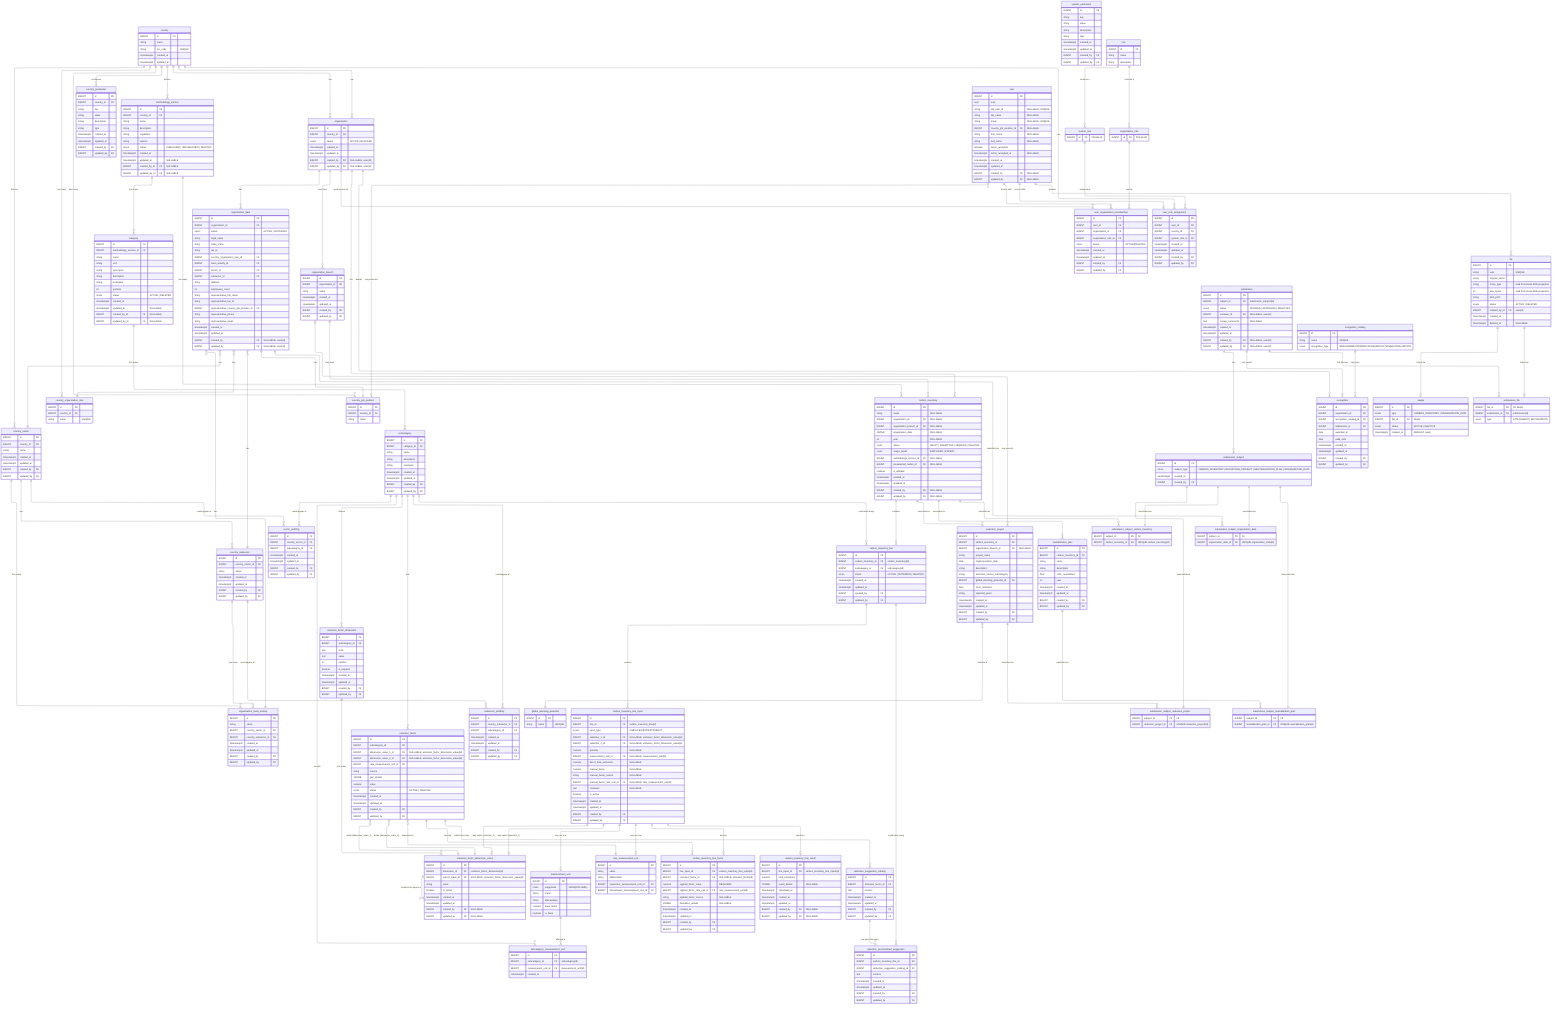
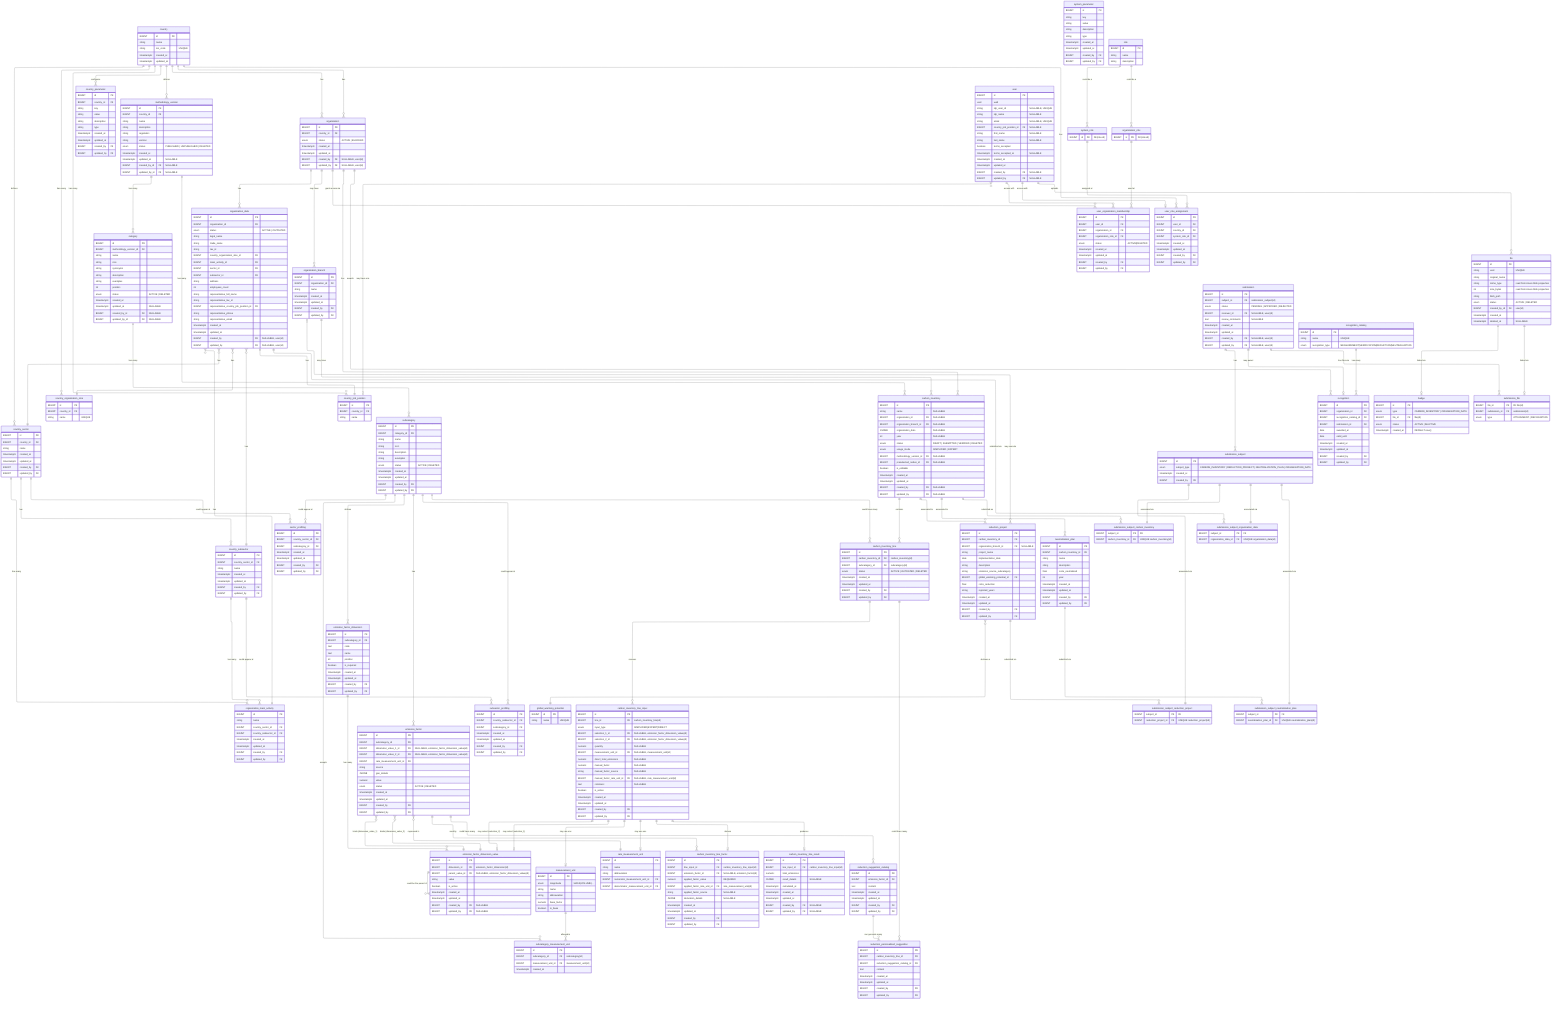
---
config:
  layout: elk
---
erDiagram
	direction TB

	%% ============================================================
	%% Design Principles
	%% ============================================================

	%% 🔷 Core Modeling Principles
	%% 	1.	Each table has a single, well-defined responsibility
	%% Tables are designed to represent one concept only (e.g. configuration, input, result, workflow), avoiding mixed concerns.

	%% 	2.	Relationships reflect real business rules, not just foreign keys
	%% Cardinalities and optionality are chosen to express domain constraints, not merely technical implementation details.

	%% 	3.	Nullability is intentional and meaningful
	%% Nullable fields indicate valid domain states (e.g. optional associations, draft data), not incomplete design.

	%% ⸻

	%% 🔷 Configuration & Reference Data
	%% 	4.	Reference data is normalized and centralized
	%% Shared concepts (statuses, units, potentials) are defined once and reused across the system.

	%% 	5.	Volatile enums are modeled as tables, not database ENUMs
	%% Any value expected to evolve (statuses, workflows) is stored in catalog tables to avoid schema migrations.

	%% 	6.	Stable physical concepts may use ENUMs
	%% Concepts that are scientifically stable (e.g. unit magnitude, usage mode) may use database ENUMs for safety and clarity.

	%% ⸻

	%% 🔷 Methodology & Emission Factors

	%% 	7.	Methodology is versioned and country-scoped
	%% All categories, subcategories, and factors belong to a specific methodology version tied to a country.

	%% 	8.	Emission factors are defined by standardized dimensions, not free text
	%% User selections and factor matching are driven by normalized dimension values to ensure consistency and correctness.

	%% 	9.	Dimension cardinality reflects domain reality, not generic flexibility
	%% Emission factors support up to two dimensions by design, matching current methodology requirements and admin workflows.

	%% 	10.	Administrative workflows are hierarchical and sequential
	%% New entities are created top-down (category → subcategory → dimension → value → factor), enforcing consistency at each level.

	%% ⸻

	%% 🔷 Inventory & Calculation

	%% 	11.	Input, factor selection, and results are modeled as separate concerns
	%% User input, factor derivation, and calculated results are stored in distinct tables for clarity and auditability.

	%% 	12.	Results are always derived from immutable input snapshots
	%% Calculated emissions reference the exact input used, ensuring reproducibility even if inputs change later.

	%% 	13.	Historical data is preserved; updates create new versions
	%% Changes do not overwrite previous data but create new records, maintaining a complete audit trail.

	%% ⸻

	%% 🔷 Workflow & Submissions

	%% 	14.	Workflows are modeled as data, not booleans
	%% Submissions, approvals, and recognitions are represented explicitly rather than inferred from flags.

	%% 	15.	Polymorphism is handled via explicit subject tables
	%% Submissions reference a generic subject entity with concrete subtype tables, avoiding nullable polymorphic foreign keys.

	%% 	16.	Recognitions are awarded based on submissions, not raw entities
	%% This ensures all awards are traceable to a validated review process.

	%% ⸻

	%% 🔷 Audit & Governance

	%% 	17.	Audit fields are applied based on responsibility and mutability
	%% Operational tables are auditable; reference and system-owned tables may omit audit fields by design.

	%% 	18.	System-generated data does not pretend to have an author
	%% Automatically calculated results record timestamps but not created_by or updated_by.

	%% 	19.	Database constraints enforce correctness wherever possible
	%% Uniqueness, consistency, and invariants are enforced at the database level rather than relying solely on application logic.


	%% ⸻

	%% 🔷 Evolution & Maintainability

	%% 	20.	Design favors clarity and correctness over premature generalization
	%% Flexibility is introduced only when driven by real domain requirements, not hypothetical future use cases.

	%% 	21.	Future extensions are possible without breaking existing data
	%% The model anticipates evolution (e.g. new methodologies, new workflows) while keeping current usage simple and explicit.

	%% ⸻

	%% These principles are intentional.
	%% Changes to the model should preserve these invariants unless there is a clear domain-driven reason to evolve them.

	%% ============================================================
	%% 🟦 Country & configuration (7)
	%% ============================================================

	country {
		BIGINT id PK ""
		string name  ""
		string iso_code "UNIQUE"
		timestamptz created_at  ""
		timestamptz updated_at  ""
	}

	country_parameter {
		BIGINT id PK ""
		BIGINT country_id FK ""
		string key  ""
		string value  ""
		string description  ""
		string type  ""
		timestamptz created_at  ""
		timestamptz updated_at  ""
		BIGINT created_by FK ""
		BIGINT updated_by FK ""
	}

	system_parameter {
		BIGINT id PK ""
		string key  ""
		string value  ""
		string description  ""
		string type  ""
		timestamptz created_at  ""
		timestamptz updated_at  ""
		BIGINT created_by FK ""
		BIGINT updated_by FK ""
	}

	country_sector {
		BIGINT id PK ""
		BIGINT country_id FK ""
		string name  ""
		timestamptz created_at  ""
		timestamptz updated_at  ""
		BIGINT created_by FK ""
		BIGINT updated_by FK ""
	}

	country_subsector {
		BIGINT id PK ""
		BIGINT country_sector_id FK ""
		string name  ""
		timestamptz created_at  ""
		timestamptz updated_at  ""
		BIGINT created_by FK ""
		BIGINT updated_by FK ""
	}

	country_organization_size {
		BIGINT id PK ""
		BIGINT country_id FK ""
		string name  "UNIQUE"
	}

	organization_main_activity {
		BIGINT id PK ""
		string name ""
		BIGINT country_sector_id FK ""
		BIGINT country_subsector_id FK ""
		timestamptz created_at ""
		timestamptz updated_at ""
		BIGINT created_by FK ""
		BIGINT updated_by FK ""
	}

	country_job_position {
		BIGINT id PK ""
		BIGINT country_id FK ""
		string name  ""
	}

	%% ============================================================
	%% 🟩 Methodology & factors (10)
	%% ============================================================

	methodology_version {
		BIGINT id PK ""
		BIGINT country_id FK ""
		string name  ""
		string description  ""
		string regulation ""
		string version ""
		enum status "PUBLISHED | UNPUBLISHED | DELETED"
		timestamptz created_at  ""
		timestamptz updated_at  "NULLABLE"
		BIGINT created_by_id FK "NULLABLE"
		BIGINT updated_by_id FK "NULLABLE"
		%% Enforce via trigger at most 1 active per country
	}

	category {
		BIGINT id PK ""
		BIGINT methodology_version_id FK ""
		string name ""
		string icon ""
		%% just for displaying
		string synonyms ""
		%% just for displaying
		string description ""
		%% just for displaying
		string examples ""
		%% Position must be > 0 (enforced by DB CHECK constraint)
		int position ""
		enum status "ACTIVE | DELETED"
		timestamptz created_at  ""
		timestamptz updated_at  "NULLABLE"
		BIGINT created_by_id FK "NULLABLE"
		BIGINT updated_by_id FK "NULLABLE"
		%% UNIQUE(methodology_version_id, name)
		%% UNIQUE(methodology_version_id, position)
	}

	subcategory {
		BIGINT id PK ""
		BIGINT category_id FK ""
		string name  ""
+ 		string icon ""
		%% just for displaying
		string description  ""
		%% just for displaying
		string examples ""
+ 		enum status "ACTIVE | DELETED"
		timestamptz created_at  ""
		timestamptz updated_at  ""
		BIGINT created_by FK ""
		BIGINT updated_by FK ""
	}

	emission_factor_dimension {
		BIGINT id PK ""
		BIGINT subcategory_id FK ""
		%% Like: FUEL_GROUP, FUEL_TYPE, GAS_TYPE
		text code ""
		%% Like: Tipo de combustible, Tipo de gas
		text name ""
		%% Like: 1, 2, 3 (order in UI & logic)
		int position ""
		boolean is_required ""
		timestamptz created_at  ""
		timestamptz updated_at  ""
		BIGINT created_by FK ""
		BIGINT updated_by FK ""
		%% UNIQUE(subcategory_id, position),
		%% UNIQUE(subcategory_id, code)
	}

	emission_factor_dimension_value {
		BIGINT id PK ""
		BIGINT dimension_id FK "emission_factor_dimension(id)"
		BIGINT parent_value_id FK "NULLABLE, emission_factor_dimension_value(id)"
		%% Like: Natural gas, Diesel, Kerosene, etc
		string value ""
		boolean is_active ""
		timestamptz created_at  ""
		timestamptz updated_at  ""
		BIGINT created_by FK "NULLABLE"
		BIGINT updated_by FK "NULLABLE"
		%% UNIQUE(dimension_id, value)
	}

	emission_factor {
		BIGINT id PK ""
		BIGINT subcategory_id FK ""
		%% Emission factors currently support up to two dimensions via fixed columns.
		%% A binding table was considered for unbounded dimensions but intentionally not used to keep queries and constraints simple.
		BIGINT dimension_value_1_id FK "NULLABLE, emission_factor_dimension_value(id)"
		BIGINT dimension_value_2_id FK "NULLABLE, emission_factor_dimension_value(id)"
		BIGINT rate_measurement_unit_id FK ""
		string source  ""
		JSONB gas_details ""
		numeric value  ""
		enum status "ACTIVE | DELETED"
		timestamptz created_at  ""
		timestamptz updated_at  ""
		BIGINT created_by FK ""
		BIGINT updated_by FK ""
		%% Enforce UNIQUE (subcategory_id, dimension_value_1_id, dimension_value_2_id) WHERE status = 'ACTIVE'
	}

	sector_profiling {
		BIGINT id PK ""
		BIGINT country_sector_id FK ""
		BIGINT subcategory_id FK ""
		timestamptz created_at  ""
		timestamptz updated_at  ""
		BIGINT created_by FK ""
		BIGINT updated_by FK ""
		%% UNIQUE(country_sector_id, subcategory_id)
	}

	subsector_profiling {
		BIGINT id PK ""
		BIGINT country_subsector_id FK ""
		BIGINT subcategory_id FK ""
		timestamptz created_at  ""
		timestamptz updated_at  ""
		BIGINT created_by FK ""
		BIGINT updated_by FK ""
		%% UNIQUE(country_subsector_id, subcategory_id)
	}

	measurement_unit {
		BIGINT id PK ""
		enum magnitude  "MASS|VOLUME|..."
		string name  ""
		string abbreviation  ""
		numeric base_factor  ""
		boolean is_base  ""
		%% Enforce UNIQUE (magnitude) WHERE is_base = true
	}

	rate_measurement_unit {
		BIGINT id PK ""
		string name  ""
		string abbreviation  ""
		BIGINT numerator_measurement_unit_id FK ""
		BIGINT denominator_measurement_unit_id FK ""
	}

	subcategory_measurement_unit {
		BIGINT id PK ""
		BIGINT subcategory_id FK "subcategory(id)"
		BIGINT measurement_unit_id FK "measurement_unit(id)"
		timestamptz created_at ""
		%% UNIQUE(subcategory_id, measurement_unit_id)
	}

	global_warming_potential {
		BIGINT id PK ""
		string name "UNIQUE"
		%% AR4, AR5, etc...
	}

	%% ============================================================
	%% 🟨 Organizations & users (8)
	%% ============================================================

	organization {
		BIGINT id PK
		BIGINT country_id FK
		enum status "ACTIVE | BLOCKED"
		timestamptz created_at
		timestamptz updated_at
		BIGINT created_by FK "NULLABLE, user(id)"
		BIGINT updated_by FK "NULLABLE, user(id)"
  	}

	organization_data {
		BIGINT id PK
		BIGINT organization_id FK
		enum status "ACTIVE | OUTDATED"

		%% organization data
		string legal_name
		string trade_name
		string tax_id
		BIGINT country_organization_size_id FK
		BIGINT main_activity_id FK
		BIGINT sector_id FK
		BIGINT subsector_id FK
		string address
		int employees_count

		%% representative data
		string representative_full_name
		string representative_tax_id
		BIGINT representative_country_job_position_id FK
		string representative_phone
		string representative_email

		timestamptz created_at
		timestamptz updated_at
		BIGINT created_by FK "NULLABLE, user(id)"
		BIGINT updated_by FK "NULLABLE, user(id)"
	}

	organization_branch {
		BIGINT id PK ""
		BIGINT organization_id FK ""
		string name  ""
		timestamptz created_at  ""
		timestamptz updated_at  ""
		BIGINT created_by FK ""
		BIGINT updated_by FK ""
	}

	user {
		BIGINT id PK ""
		uuid uuid  ""
		string idp_user_id "NULLABLE, UNIQUE"
		string idp_name "NULLABLE"
		string email  "NULLABLE, UNIQUE"
		BIGINT country_job_position_id FK "NULLABLE"
		string first_name "NULLABLE"
		string last_name "NULLABLE"
		boolean terms_accepted ""
		timestamptz terms_accepted_at "NULLABLE"
		timestamptz created_at  ""
		timestamptz updated_at  ""
		BIGINT created_by FK "NULLABLE"
		BIGINT updated_by FK "NULLABLE"
	}

	%% abstract parent table
	role {
		BIGINT id PK ""
		string name ""
		string description ""
	}

	system_role {
		BIGINT id PK "FK(role.id)"
	}

	organization_role {
		BIGINT id PK "FK(role.id)"
	}


	user_organization_membership {
		BIGINT id PK ""
		BIGINT user_id FK ""
		BIGINT organization_id FK ""
		BIGINT organization_role_id FK ""
		enum status "ACTIVE|DELETED"
		timestamptz created_at  ""
		timestamptz updated_at  ""
		BIGINT created_by FK ""
		BIGINT updated_by FK ""
		%% UNIQUE(user_id, organization_id, organization_role_id)
	}

	user_role_assignment {
		BIGINT id PK ""
		BIGINT user_id FK ""
		BIGINT country_id FK ""
		BIGINT system_role_id FK ""
		timestamptz created_at  ""
		timestamptz updated_at  ""
		BIGINT created_by FK ""
		BIGINT updated_by FK ""
		%% UNIQUE(user_id, country_id, system_role_id)
	}

	%% ============================================================
	%% 🟧 Inventory & calculation (9)
	%% ============================================================

	%% organization & organization_branch will be NULL when user does not belong to any org.
	carbon_inventory {
		BIGINT id PK ""
		string name "NULLABLE"
		BIGINT organization_id FK "NULLABLE"
		BIGINT organization_branch_id FK "NULLABLE"
		JSONB organization_data "NULLABLE"
		int year "NULLABLE"
		enum status "DRAFT | SUBMITTED | VERIFIED | DELETED"
		enum usage_mode "SIMPLIFIED | EXPERT"
		BIGINT methodology_version_id FK "NULLABLE"
		BIGINT preselected_nodes_id FK "NULLABLE"
		boolean is_editable ""
		timestamptz created_at  ""
		timestamptz updated_at  ""
		BIGINT created_by FK "NULLABLE"
		BIGINT updated_by FK "NULLABLE"
	}

	%% A "line" represents what is being measured (subcategory) for a given inventory.
	%% We do not store quantities/factors/selections here. It's the anchor.
	carbon_inventory_line {
		BIGINT id PK ""
		BIGINT carbon_inventory_id FK "carbon_inventory(id)"
		BIGINT subcategory_id FK "subcategory(id)"
		enum status "ACTIVE | OUTDATED | DELETED"
		timestamptz created_at  ""
		timestamptz updated_at  ""
		BIGINT created_by FK ""
		BIGINT updated_by FK ""
	}

	carbon_inventory_line_input {
		BIGINT id PK ""
		BIGINT line_id FK "carbon_inventory_line(id)"
		enum input_type "SIMPLIFIED|EXPERT|DIRECT"

		%% the "dimension selections" (more on dimension standardization in section 4)
		BIGINT selection_1_id FK "NULLABLE, emission_factor_dimension_value(id)"
		BIGINT selection_2_id FK "NULLABLE, emission_factor_dimension_value(id)"

		numeric quantity "NULLABLE"
		BIGINT measurement_unit_id FK "NULLABLE, measurement_unit(id)"

		%% For DIRECT mode:
		numeric direct_total_emissions "NULLABLE"

		%% For EXPERT mode:
		numeric manual_factor "NULLABLE"
		string manual_factor_source "NULLABLE"
		BIGINT manual_factor_rate_unit_id FK "NULLABLE, rate_measurement_unit(id)"

		text comment "NULLABLE"
		boolean is_active ""
		timestamptz created_at  ""
		timestamptz updated_at  ""
		BIGINT created_by FK ""
		BIGINT updated_by FK ""
		%% Enforce only one active input per line: UNIQUE(line_id) WHERE is_active = true
	}

	%% This stores "what factor did we use, after conversions, and why" so results are reproducible.
	carbon_inventory_line_factor {
		BIGINT id PK ""
		BIGINT line_input_id FK "carbon_inventory_line_input(id)"

		%% chosen factor: either from catalog (simplified) or null for expert/direct
		BIGINT emission_factor_id FK "NULLABLE, emission_factor(id)"

		%% normalized factor actually used in the computation (post-conversion)
		%% REQUIRED: Must always be present for result reproducibility
		numeric applied_factor_value "REQUIRED"
		BIGINT applied_factor_rate_unit_id FK "rate_measurement_unit(id)"
		string applied_factor_source "NULLABLE"

		%% optionally store a JSON blob explaining conversion steps for auditability
		JSONB derivation_details "NULLABLE"

		timestamptz created_at  ""
		timestamptz updated_at  ""
		BIGINT created_by FK ""
		BIGINT updated_by FK ""
		%% Enforce 1 factor row per input: UNIQUE(line_input_id)
	}

	carbon_inventory_line_result {
		BIGINT id PK ""
		BIGINT line_input_id FK "carbon_inventory_line_input(id)"
		numeric total_emissions ""
		%% optionally store breakdown: per-gas, CO2e, etc.
		JSONB result_details "NULLABLE"
		timestamptz calculated_at ""
		timestamptz created_at  ""
		timestamptz updated_at  ""
		BIGINT created_by FK "NULLABLE"
		BIGINT updated_by FK "NULLABLE"
		%% Ensure 1 result per input: UNIQUE(line_input_id)
	}

	reduction_suggestion_catalog {
		BIGINT id PK ""
		BIGINT emission_factor_id FK ""
		text content  ""
		timestamptz created_at  ""
		timestamptz updated_at  ""
		BIGINT created_by FK ""
		BIGINT updated_by FK ""
	}

	%% We plan to create these suggestion with AI
	reduction_personalized_suggestion {
		BIGINT id PK ""
		BIGINT carbon_inventory_line_id FK ""
		BIGINT reduction_suggestion_catalog_id FK ""
		text content  ""
		timestamptz created_at  ""
		timestamptz updated_at  ""
		BIGINT created_by FK ""
		BIGINT updated_by FK ""
	}

	reduction_project {
		BIGINT id PK ""
		BIGINT carbon_inventory_id FK ""
		BIGINT organization_branch_id FK "NULLABLE"
		string project_name  ""
		date implementation_date  ""
		string description  ""
		string emission_source_subcategory  ""
		BIGINT global_warming_potential_id FK ""
		float co2e_reduction  ""
		string reported_years  ""
		timestamptz created_at  ""
		timestamptz updated_at  ""
		BIGINT created_by FK ""
		BIGINT updated_by FK ""
	}

	neutralization_plan {
		BIGINT id PK ""
		BIGINT carbon_inventory_id FK ""
		string name  ""
		string description  ""
		float co2e_neutralized  ""
		int year  ""
		timestamptz created_at  ""
		timestamptz updated_at  ""
		BIGINT created_by FK ""
		BIGINT updated_by FK ""
	}

	%% ============================================================
	%% 🟥 Submissions & recognition (7)
	%% ============================================================

	%% Read the docs about the submissions model design here: https://www.notion.so/Modelo-E-R-para-Submissions-2d318d2c8901805ab8f9eed2a9d9d702?source=copy_link
	%% The data within this table is immutable once created
	submission_subject {
		BIGINT id PK ""
		enum subject_type "CARBON_INVENTORY | REDUCTION_PROJECT | NEUTRALIZATION_PLAN | ORGANIZATION_DATA"
		timestamptz created_at  ""
		BIGINT created_by FK ""
	}

	%% The data within this table is immutable once created
	submission_subject_carbon_inventory {
		BIGINT subject_id PK "FK"
		BIGINT carbon_inventory_id FK "UNIQUE carbon_inventory(id)"
	}

	%% The data within this table is immutable once created
	submission_subject_reduction_project {
		BIGINT subject_id PK "FK"
		BIGINT reduction_project_id FK "UNIQUE reduction_project(id)"
	}

	%% The data within this table is immutable once created
	submission_subject_neutralization_plan {
		BIGINT subject_id PK "FK"
		BIGINT neutralization_plan_id FK "UNIQUE neutralization_plan(id)"
	}

	%% The data within this table is immutable once created
	submission_subject_organization_data {
		BIGINT subject_id PK "FK"
		BIGINT organization_data_id FK "UNIQUE organization_data(id)"
	}

	submission {
		BIGINT id PK ""
		BIGINT subject_id FK "submission_subject(id)"
		enum status "PENDING | APPROVED | REJECTED"
		BIGINT reviewer_id FK "NULLABLE, user(id)"
		text review_comments "NULLABLE"
		timestamptz created_at  ""
		timestamptz updated_at  ""
		BIGINT created_by FK "NULLABLE, user(id)"
		BIGINT updated_by FK "NULLABLE, user(id)"
		%% UNIQUE INDEX on subject_id WHERE status IN ('PENDING', 'APPROVED')
	}

	recognition_catalog {
		BIGINT id PK ""
		string name "UNIQUE"
		enum recognition_type  "MEASUREMENT|VERIFICATION|REDUCTION|NEUTRALIZATION"
	}

	recognition {
		BIGINT id PK ""
		BIGINT organization_id FK ""
		BIGINT recognition_catalog_id FK ""
		BIGINT submission_id FK ""
		date awarded_at  ""
		date valid_until  ""
		timestamptz created_at  ""
		timestamptz updated_at  ""
		BIGINT created_by FK ""
		BIGINT updated_by FK ""
	}

	%% ============================================================
	%% 🟪 Files & attachments (3)
	%% ============================================================

	%% Generic file metadata table. Ownership is resolved via link tables
	%% (badge, submission_file) following the same polymorphic pattern used by submission_subject.
	%% mime_type and size_bytes are read from Azure blob properties at confirm-upload time,
	%% not provided by the client.
	file {
		BIGINT id PK ""
		string uuid "UNIQUE"
		string original_name ""
		string mime_type "read from Azure blob properties"
		int size_bytes "read from Azure blob properties"
		string blob_path ""
		enum status "ACTIVE | DELETED"
		BIGINT created_by_id FK "user(id)"
		timestamptz created_at ""
		timestamptz deleted_at "NULLABLE"
	}

	%% Link table: file ↔ badge type
	%% Only one badge per type may have status ACTIVE at a time.
	%% Uploading a new badge automatically sets the previous one to INACTIVE.
	badge {
		BIGINT id PK ""
		enum type "CARBON_INVENTORY | ORGANIZATION_DATA"
		BIGINT file_id FK "file(id)"
		enum status "ACTIVE | INACTIVE"
		timestamptz created_at "DEFAULT now()"
	}

	%% Link table: file ↔ submission
	%% type distinguishes between document attachments and recognition certificates.
	submission_file {
		BIGINT file_id PK "FK file(id)"
		BIGINT submission_id FK "submission(id)"
		enum type "ATTACHMENT | RECOGNITION"
	}

	%% ============================================================
	%% Others
	%% ============================================================


%% ============================================================
%% Relationships
%% ============================================================

country
	country ||--o{ country_parameter : "configures"
	country ||--o{ country_sector : "defines"
	country ||--o{ methodology_version : "defines"
	country ||--o{ organization : "has"
	country ||--o{ user_role_assignment : "has"
	country ||--o{ country_organization_size: "has many"
	country ||--o{ country_job_position : "has many"
	country ||--o{ organization : "has"

country_sector
	country_sector ||--o{ country_subsector : "has"
	country_sector ||--o{ sector_profiling : "could appear at"
	country_sector ||--o{ organization_main_activity : "has many"

country_subsector
	country_subsector ||--o{ subsector_profiling : "could appear at"
	country_subsector ||--o{ organization_main_activity : "has many"

organization
	organization ||--o{ carbon_inventory : "has"
	organization ||--o{ organization_branch : "may have"
	organization ||--o{ recognition : "awards"
	organization ||--o{ user_organization_membership : "grant access via"
	organization ||--o{ organization_data : "has"

organization_data
	organization_data }o--|| country_organization_size : "has"
	organization_data }o--|| country_sector : "has"
	organization_data }o--|| country_subsector : "has"
	organization_data ||--|| country_job_position : "has"
	organization_data ||--o{ submission_subject_organization_data : "submitted via"
	organization_data }o--|| organization_main_activity : "has"


organization_branch
	organization_branch |o--o{ reduction_project : "may execute"
	organization_branch ||--o{ carbon_inventory : "may have"

recognition_catalog
	recognition_catalog ||--o{ recognition  : "has many"

role
	role ||--o{ system_role : "could be a"
	role ||--o{ organization_role : "could be a"
	organization_role ||--o{ user_organization_membership : "used at"
	system_role ||--o{ user_role_assignment : "assigned at"

user
	user ||--o{ user_organization_membership : "access with"
	user }o--o| country_job_position : "may have one"
	user ||--o| user_role_assignment : "access with"
	user ||--o{ file : "uploads"

methodology_version
	methodology_version ||--o{ carbon_inventory : "has many"
	methodology_version ||--o{ category : "has many"

category
	category ||--o{ subcategory : "has many"

subcategory
	subcategory ||--o{ emission_factor_dimension: "defines"
	%% A subcategory may exist with zero emission factors:
	subcategory ||--o{ emission_factor: "has"
	subcategory ||--o{ sector_profiling: "could appear at"
	subcategory ||--o{ subsector_profiling: "could appear at"
	subcategory ||--o{ carbon_inventory_line: "could have many"
	subcategory ||--o{ subcategory_measurement_unit: "accepts"

measurement_unit
	measurement_unit ||--o{ subcategory_measurement_unit: "allowed in"

emission_factor_dimension
	emission_factor_dimension ||--o{ emission_factor_dimension_value : "has many"

emission_factor_dimension_value
	emission_factor_dimension_value ||--o{ emission_factor_dimension_value : "could be the parent of"

emission_factor
	emission_factor ||--o{ reduction_suggestion_catalog : "could have many"
	emission_factor ||--o{ carbon_inventory_line_factor : "used by"
	emission_factor }o--|| rate_measurement_unit : "expressed in"
	%% At most 2 values, depending on subcategory configuration:
	emission_factor }o--|| emission_factor_dimension_value : "binds (dimension_value_1)"
	emission_factor }o--|| emission_factor_dimension_value : "binds (dimension_value_2)"

carbon_inventory
	carbon_inventory ||--o{ carbon_inventory_line: "contains"
	carbon_inventory ||--o{ submission_subject_carbon_inventory: "submitted as"
	carbon_inventory ||--o{ neutralization_plan: "associated to"
	carbon_inventory ||--o{ reduction_project: "associated to"

carbon_inventory_line
	carbon_inventory_line ||--o{ reduction_personalized_suggestion: "could have many"
	carbon_inventory_line ||--o{ carbon_inventory_line_input: "receives"

carbon_inventory_line_input
	carbon_inventory_line_input ||--o| emission_factor_dimension_value: "may select (selection_1)"
	carbon_inventory_line_input ||--o| emission_factor_dimension_value: "may select (selection_2)"
	carbon_inventory_line_input ||--o| measurement_unit: "may use one"
	carbon_inventory_line_input ||--o| rate_measurement_unit: "may use one"
	carbon_inventory_line_input ||--o| carbon_inventory_line_factor: "derives"
	carbon_inventory_line_input ||--o| carbon_inventory_line_result: "produces"

submission_subject
	submission_subject ||--|| submission_subject_carbon_inventory : "associated via"
	submission_subject ||--|| submission_subject_reduction_project : "associated via"
	submission_subject ||--|| submission_subject_neutralization_plan : "associated via"
	submission_subject ||--|| submission_subject_organization_data : "associated via"

submission
	submission ||--o| recognition: "may award"
	submission ||--o{ submission_subject: "has"
	submission ||--o{ submission_file: "has files via"

neutralization_plan
	neutralization_plan ||--o{ submission_subject_neutralization_plan : "submitted via"

reduction_project
	reduction_project ||--o{ submission_subject_reduction_project : "submitted via"
	reduction_project }o--|| global_warming_potential : "declares a"

reduction_suggestion_catalog
	reduction_suggestion_catalog ||--o{ reduction_personalized_suggestion : "can generate many"

file
	file ||--o| badge : "linked via"
	file ||--o| submission_file : "linked via"